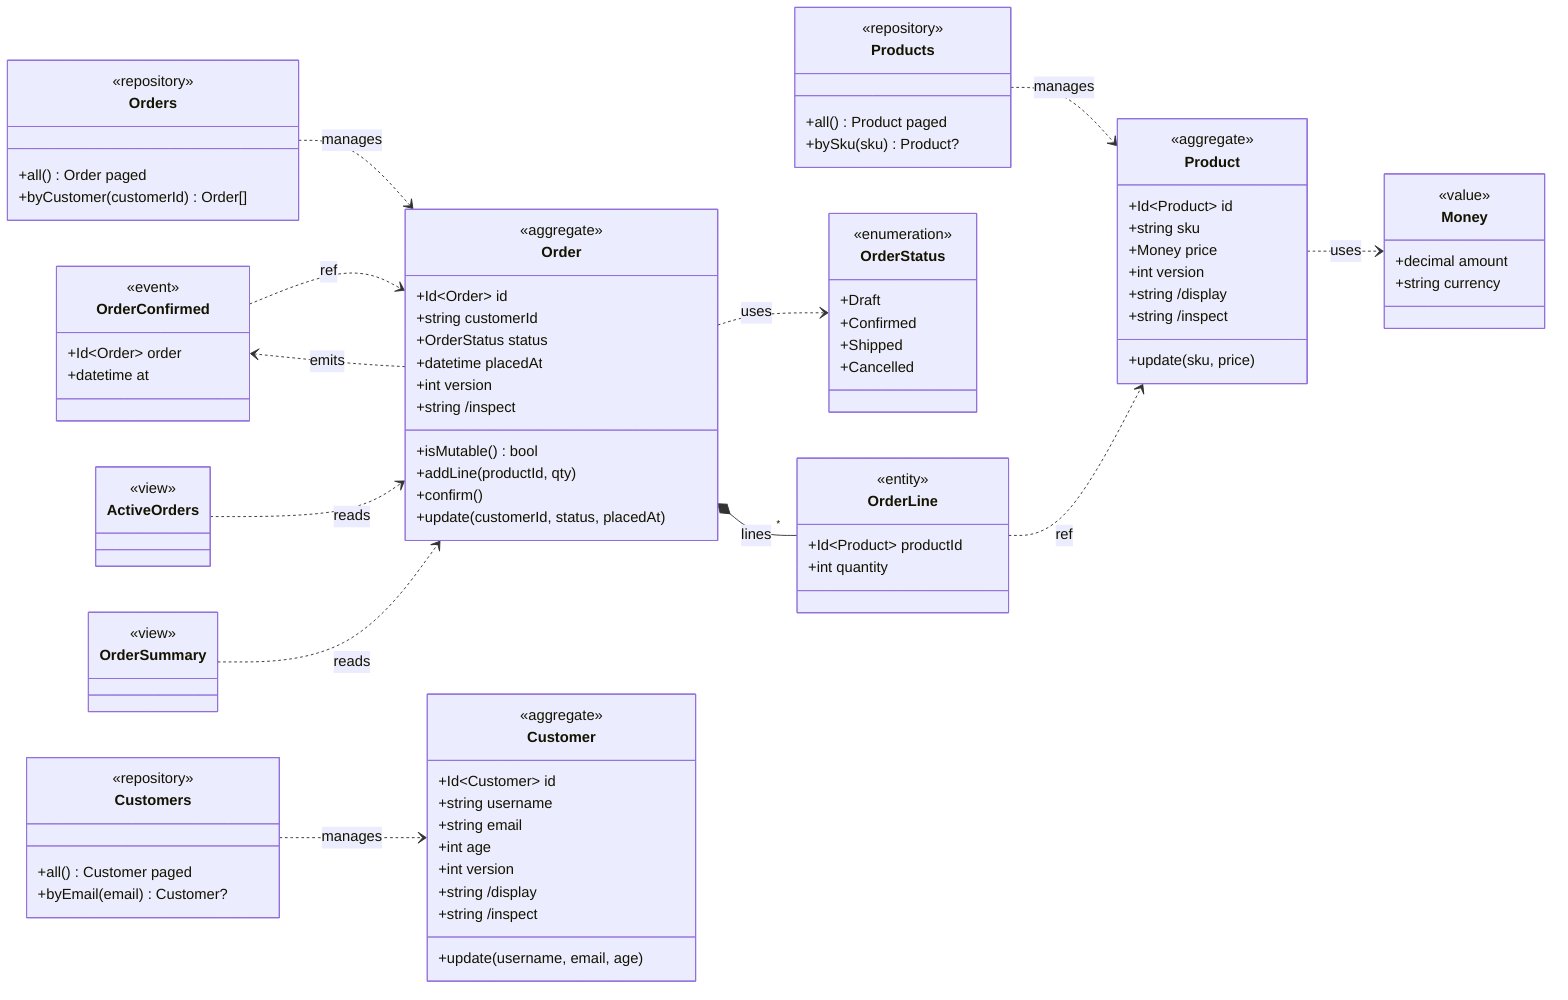
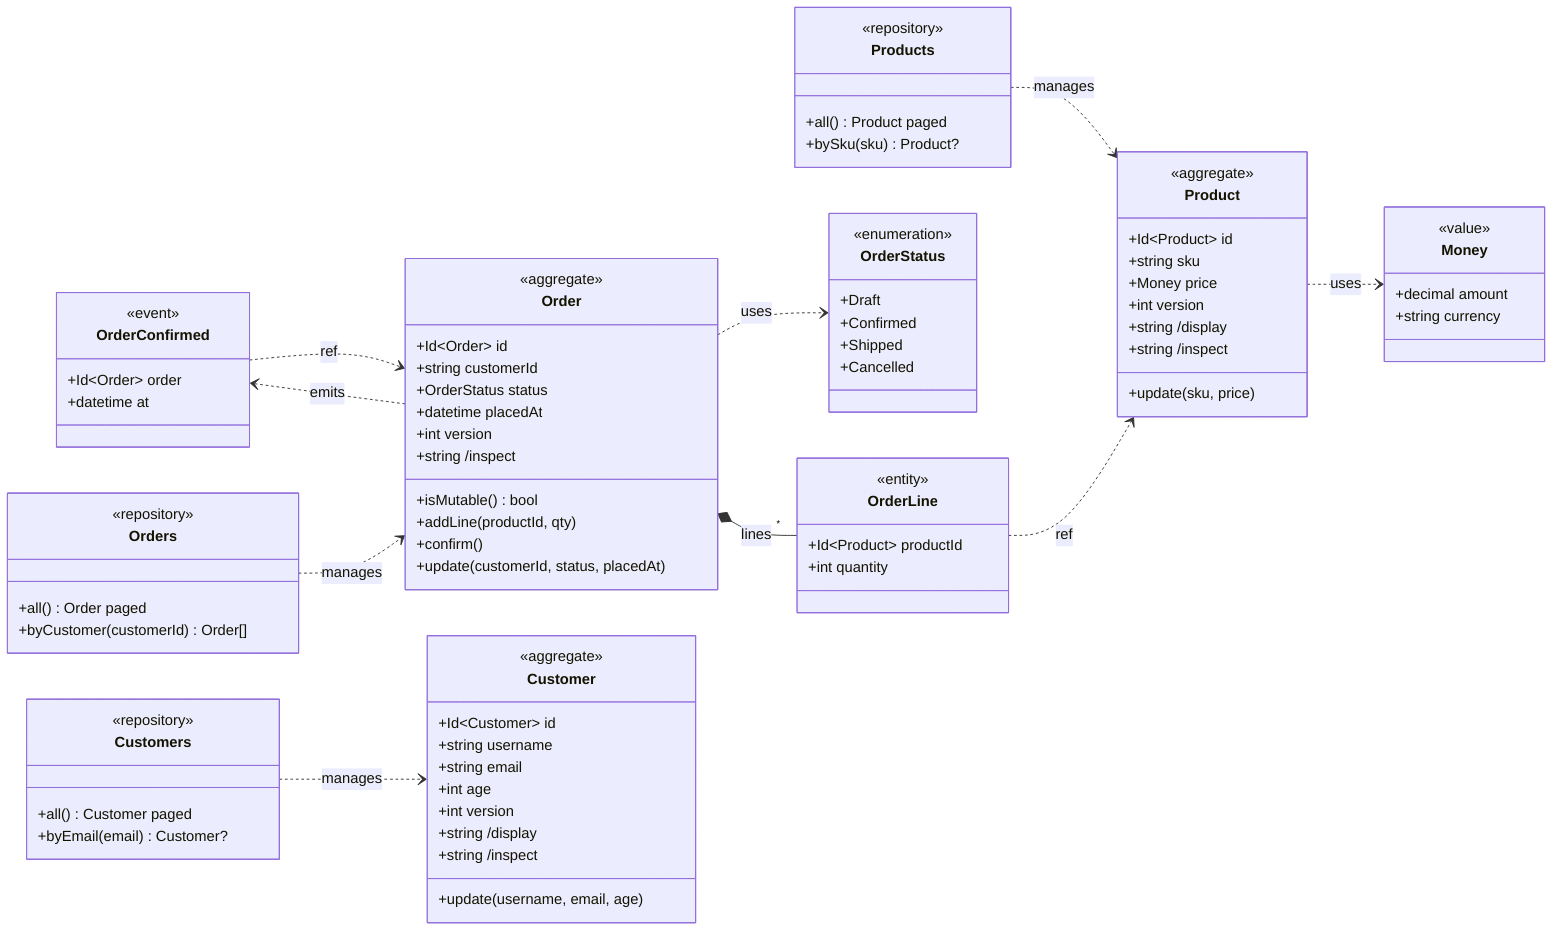
%% Loom domain diagram — generated from the IR, do not edit by hand.
%% System: Acme
classDiagram
  direction LR
  %% Catalog / Products
  class Money {
    <<value>>
    +decimal amount
    +string currency
  }
  class Product {
    <<aggregate>>
    +Id~Product~ id
    +string sku
    +Money price
    +int version
    +string /display
    +string /inspect
    +update(sku, price)
  }
  class Products {
    <<repository>>
    +all() Product paged
    +bySku(sku) Product?
  }
  %% Sales / Orders
  class OrderStatus {
    <<enumeration>>
    +Draft
    +Confirmed
    +Shipped
    +Cancelled
  }
  class OrderConfirmed {
    <<event>>
    +Id~Order~ order
    +datetime at
  }
  class Order {
    <<aggregate>>
    +Id~Order~ id
    +string customerId
    +OrderStatus status
    +datetime placedAt
    +int version
    +string /inspect
    +isMutable() bool
    +addLine(productId, qty)
    +confirm()
    +update(customerId, status, placedAt)
  }
  class OrderLine {
    <<entity>>
    +Id~Product~ productId
    +int quantity
  }
  class Orders {
    <<repository>>
    +all() Order paged
    +byCustomer(customerId) Order[]
  }
-   class ActiveOrders {
-     <<view>>
-   }
-   class OrderSummary {
-     <<view>>
-   }
  %% CustomerMgmt / Customers
  class Customer {
    <<aggregate>>
    +Id~Customer~ id
    +string username
    +string email
    +int age
    +int version
    +string /display
    +string /inspect
    +update(username, email, age)
  }
  class Customers {
    <<repository>>
    +all() Customer paged
    +byEmail(email) Customer?
  }
  Product ..> Money : uses
  Products ..> Product : manages
  OrderConfirmed ..> Order : ref
  Order ..> OrderStatus : uses
  Order *-- "*" OrderLine : lines
  Order ..> OrderConfirmed : emits
  OrderLine ..> Product : ref
  Orders ..> Order : manages
-   ActiveOrders ..> Order : reads
-   OrderSummary ..> Order : reads
  Customers ..> Customer : manages
